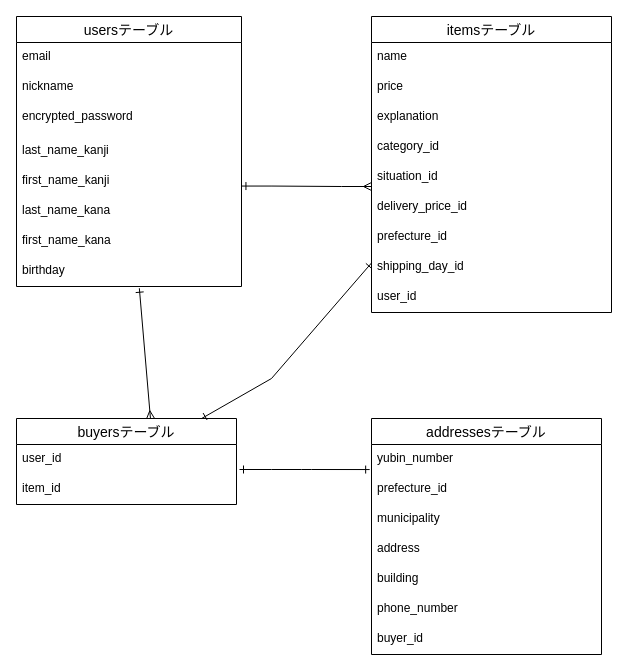
Before: ER.dio in yutofujiki/furima-37080, a draw.io diagram. Source tidied: cells renumbered, new cells numbered last; positions are measured from the earlier drawing's top-left corner, leaving out a move shared by most shapes. Both pictures are drawn from the tidied source at 100%, with x=0, y=0 at pixel (16, 16).
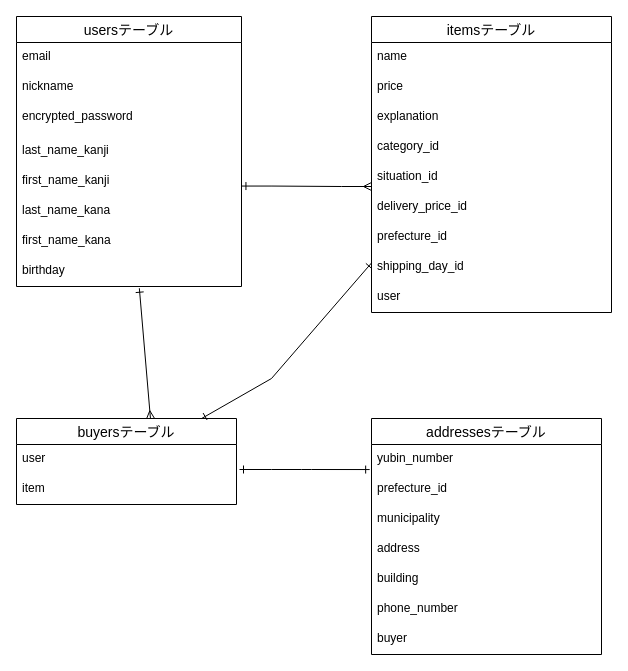
Above is the later version.

The change refers to these unchanged cells:
```xml
<mxCell id="11" value="itemsテーブル" style="swimlane;fontStyle=0;horizontal=1;startSize=26;align=center;fontSize=14;" parent="1" vertex="1">
  <mxGeometry x="355" width="240" height="296" as="geometry" />
</mxCell>
<mxCell id="21" value="buyersテーブル" style="swimlane;fontStyle=0;horizontal=1;startSize=26;align=center;fontSize=14;" parent="1" vertex="1">
  <mxGeometry y="402" width="220" height="86" as="geometry" />
</mxCell>
<mxCell id="24" value="addressesテーブル" style="swimlane;fontStyle=0;horizontal=1;startSize=26;align=center;fontSize=14;" parent="1" vertex="1">
  <mxGeometry x="355" y="402" width="230" height="236" as="geometry" />
</mxCell>
```

Change to the diagram source:
```diff
@@
-    <mxCell id="20" value="user_id" style="text;strokeColor=none;fillColor=none;spacingLeft=4;spacingRight=4;overflow=hidden;fontSize=12;glass=0;" parent="11" vertex="1">
+    <mxCell id="20" value="user" style="text;strokeColor=none;fillColor=none;spacingLeft=4;spacingRight=4;overflow=hidden;fontSize=12;glass=0;" parent="11" vertex="1">
       <mxGeometry y="266" width="240" height="30" as="geometry" />
     </mxCell>
@@
-    <mxCell id="22" value="user_id" style="text;strokeColor=none;fillColor=none;spacingLeft=4;spacingRight=4;overflow=hidden;fontSize=12;glass=0;" parent="21" vertex="1">
+    <mxCell id="22" value="user" style="text;strokeColor=none;fillColor=none;spacingLeft=4;spacingRight=4;overflow=hidden;fontSize=12;glass=0;" parent="21" vertex="1">
       <mxGeometry y="26" width="220" height="30" as="geometry" />
     </mxCell>
-    <mxCell id="23" value="item_id" style="text;strokeColor=none;fillColor=none;spacingLeft=4;spacingRight=4;overflow=hidden;fontSize=12;glass=0;" parent="21" vertex="1">
+    <mxCell id="23" value="item" style="text;strokeColor=none;fillColor=none;spacingLeft=4;spacingRight=4;overflow=hidden;fontSize=12;glass=0;" parent="21" vertex="1">
       <mxGeometry y="56" width="220" height="30" as="geometry" />
     </mxCell>
@@
-    <mxCell id="31" value="buyer_id" style="text;strokeColor=none;fillColor=none;spacingLeft=4;spacingRight=4;overflow=hidden;fontSize=12;glass=0;" parent="24" vertex="1">
+    <mxCell id="31" value="buyer" style="text;strokeColor=none;fillColor=none;spacingLeft=4;spacingRight=4;overflow=hidden;fontSize=12;glass=0;" parent="24" vertex="1">
       <mxGeometry y="206" width="230" height="30" as="geometry" />
     </mxCell>
```
